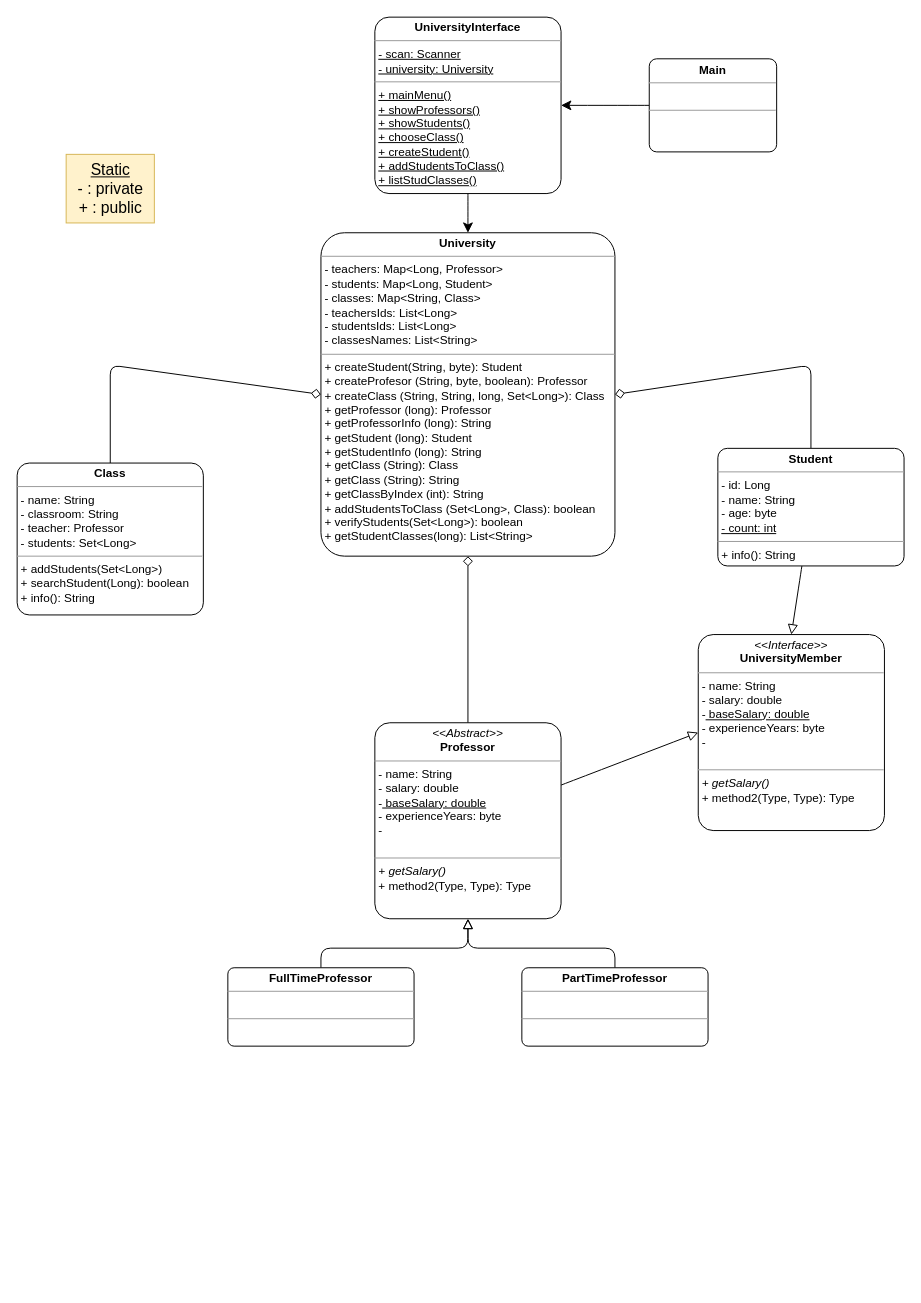
jessiRobGlobant/UniversityProject keeps this draw.io diagram as Diagram/UMLDiagram.drawio. Above is the earlier version. Source tidied: cells renumbered, new cells numbered last; positions are measured from the earlier drawing's top-left corner, leaving out a move shared by most shapes. Both pictures are drawn from the tidied source at 98%, with x=0, y=0 at pixel (17, 17).
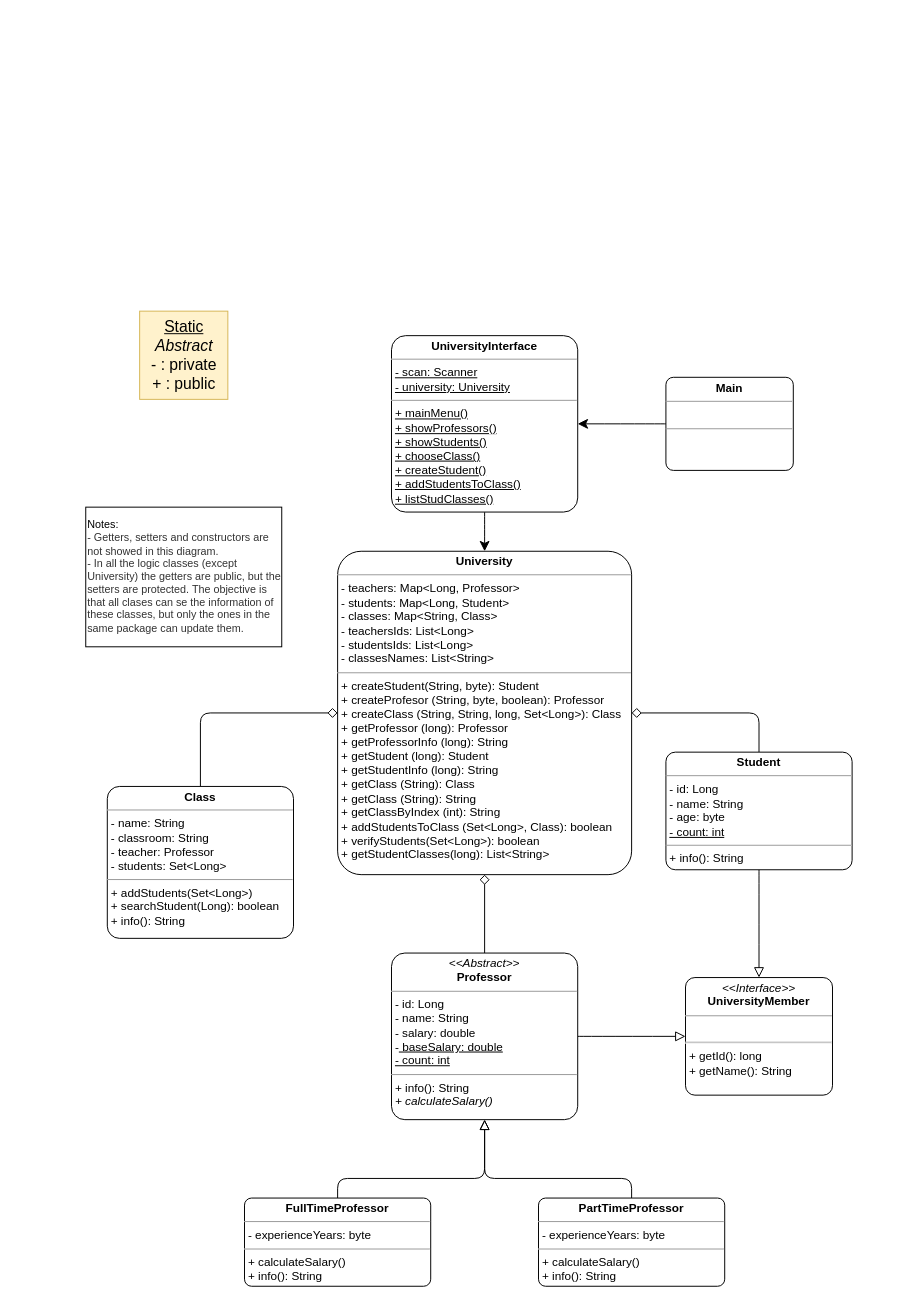
After the change.

Commit message:
Update UMLDiagram with notes

Diff of the diagram source:
```diff
@@
-    <mxCell id="4" value="&lt;p style=&quot;margin:0px;margin-top:4px;text-align:center;&quot;&gt;&lt;i&gt;&amp;lt;&amp;lt;Abstract&amp;gt;&amp;gt;&lt;/i&gt;&lt;br&gt;&lt;b&gt;Professor&lt;/b&gt;&lt;/p&gt;&lt;hr size=&quot;1&quot;&gt;&lt;p style=&quot;margin:0px;margin-left:4px;&quot;&gt;- name: String&lt;br&gt;- salary: double&lt;/p&gt;&lt;p style=&quot;margin:0px;margin-left:4px;&quot;&gt;-&lt;u&gt; baseSalary: double&lt;/u&gt;&lt;/p&gt;&lt;p style=&quot;margin:0px;margin-left:4px;&quot;&gt;- experienceYears: byte&lt;/p&gt;&lt;p style=&quot;margin:0px;margin-left:4px;&quot;&gt;-&amp;nbsp;&lt;/p&gt;&lt;p style=&quot;margin:0px;margin-left:4px;&quot;&gt;&lt;u&gt;&lt;br&gt;&lt;/u&gt;&lt;/p&gt;&lt;hr size=&quot;1&quot;&gt;&lt;p style=&quot;margin:0px;margin-left:4px;&quot;&gt;&lt;i&gt;+ getSalary()&lt;/i&gt;&lt;br&gt;+ method2(Type, Type): Type&lt;/p&gt;" style="verticalAlign=top;align=left;overflow=fill;fontSize=12;fontFamily=Helvetica;html=1;rounded=1;shadow=0;comic=0;labelBackgroundColor=none;strokeWidth=1;arcSize=8;" parent="1" vertex="1">
-      <mxGeometry x="365" y="720" width="190" height="200" as="geometry" />
+    <mxCell id="4" value="&lt;p style=&quot;margin:0px;margin-top:4px;text-align:center;&quot;&gt;&lt;i&gt;&amp;lt;&amp;lt;Abstract&amp;gt;&amp;gt;&lt;/i&gt;&lt;br&gt;&lt;b&gt;Professor&lt;/b&gt;&lt;/p&gt;&lt;hr size=&quot;1&quot;&gt;&lt;p style=&quot;margin:0px;margin-left:4px;&quot;&gt;- id: Long&lt;br&gt;&lt;/p&gt;&lt;p style=&quot;margin:0px;margin-left:4px;&quot;&gt;- name: String&lt;br&gt;- salary: double&lt;/p&gt;&lt;p style=&quot;margin:0px;margin-left:4px;&quot;&gt;-&lt;u&gt; baseSalary: double&lt;/u&gt;&lt;/p&gt;&lt;p style=&quot;margin:0px;margin-left:4px;&quot;&gt;&lt;u&gt;- count: int&lt;/u&gt;&lt;/p&gt;&lt;hr size=&quot;1&quot;&gt;&lt;p style=&quot;margin:0px;margin-left:4px;&quot;&gt;+ info(): String&lt;/p&gt;&lt;p style=&quot;margin:0px;margin-left:4px;&quot;&gt;&lt;i&gt;+ calculateSalary()&lt;/i&gt;&lt;/p&gt;" style="verticalAlign=top;align=left;overflow=fill;fontSize=12;fontFamily=Helvetica;html=1;rounded=1;shadow=0;comic=0;labelBackgroundColor=none;strokeWidth=1;arcSize=8;" parent="1" vertex="1">
+      <mxGeometry x="382" y="955" width="190" height="170" as="geometry" />
     </mxCell>
     <mxCell id="5" style="edgeStyle=none;curved=0;rounded=1;jettySize=auto;html=1;entryX=0.5;entryY=1;entryDx=0;entryDy=0;fontSize=12;startSize=8;endSize=8;exitX=0.5;exitY=0;exitDx=0;exitDy=0;endArrow=block;endFill=0;startArrow=none;startFill=0;" parent="1" edge="1" source="6" target="4">
       <mxGeometry relative="1" as="geometry">
         <Array as="points">
-          <mxPoint x="310" y="950" />
-          <mxPoint x="460" y="950" />
+          <mxPoint x="327" y="1185" />
+          <mxPoint x="477" y="1185" />
         </Array>
       </mxGeometry>
     </mxCell>
-    <mxCell id="6" value="&lt;p style=&quot;margin:0px;margin-top:4px;text-align:center;&quot;&gt;&lt;b&gt;FullTimeProfessor&lt;/b&gt;&lt;/p&gt;&lt;hr size=&quot;1&quot;&gt;&lt;p style=&quot;margin:0px;margin-left:4px;&quot;&gt;&lt;br&gt;&lt;/p&gt;&lt;hr size=&quot;1&quot;&gt;&lt;p style=&quot;margin:0px;margin-left:4px;&quot;&gt;&lt;br&gt;&lt;/p&gt;" style="verticalAlign=top;align=left;overflow=fill;fontSize=12;fontFamily=Helvetica;html=1;rounded=1;shadow=0;comic=0;labelBackgroundColor=none;strokeWidth=1;arcSize=8;" parent="1" vertex="1">
-      <mxGeometry x="215" y="970" width="190" height="80" as="geometry" />
+    <mxCell id="6" value="&lt;p style=&quot;margin:0px;margin-top:4px;text-align:center;&quot;&gt;&lt;b&gt;FullTimeProfessor&lt;/b&gt;&lt;/p&gt;&lt;hr size=&quot;1&quot;&gt;&lt;p style=&quot;margin:0px;margin-left:4px;&quot;&gt;- experienceYears: byte&lt;br&gt;&lt;/p&gt;&lt;hr size=&quot;1&quot;&gt;&lt;p style=&quot;margin:0px;margin-left:4px;&quot;&gt;+ calculateSalary()&lt;/p&gt;&lt;p style=&quot;margin:0px;margin-left:4px;&quot;&gt;+ info(): String&lt;/p&gt;" style="verticalAlign=top;align=left;overflow=fill;fontSize=12;fontFamily=Helvetica;html=1;rounded=1;shadow=0;comic=0;labelBackgroundColor=none;strokeWidth=1;arcSize=8;" parent="1" vertex="1">
+      <mxGeometry x="232" y="1205" width="190" height="90" as="geometry" />
     </mxCell>
     <mxCell id="7" style="edgeStyle=none;curved=0;rounded=1;jettySize=auto;html=1;entryX=0.5;entryY=1;entryDx=0;entryDy=0;fontSize=12;startSize=8;endSize=8;exitX=0.5;exitY=0;exitDx=0;exitDy=0;startArrow=none;startFill=0;endArrow=block;endFill=0;" parent="1" edge="1" source="8" target="4">
       <mxGeometry relative="1" as="geometry">
         <Array as="points">
-          <mxPoint x="610" y="950" />
-          <mxPoint x="460" y="950" />
+          <mxPoint x="627" y="1185" />
+          <mxPoint x="477" y="1185" />
         </Array>
       </mxGeometry>
     </mxCell>
-    <mxCell id="8" value="&lt;p style=&quot;margin:0px;margin-top:4px;text-align:center;&quot;&gt;&lt;b&gt;PartTimeProfessor&lt;/b&gt;&lt;/p&gt;&lt;hr size=&quot;1&quot;&gt;&lt;p style=&quot;margin:0px;margin-left:4px;&quot;&gt;&lt;br&gt;&lt;/p&gt;&lt;hr size=&quot;1&quot;&gt;&lt;p style=&quot;margin:0px;margin-left:4px;&quot;&gt;&lt;br&gt;&lt;/p&gt;" style="verticalAlign=top;align=left;overflow=fill;fontSize=12;fontFamily=Helvetica;html=1;rounded=1;shadow=0;comic=0;labelBackgroundColor=none;strokeWidth=1;arcSize=8;" parent="1" vertex="1">
-      <mxGeometry x="515" y="970" width="190" height="80" as="geometry" />
+    <mxCell id="8" value="&lt;p style=&quot;margin:0px;margin-top:4px;text-align:center;&quot;&gt;&lt;b&gt;PartTimeProfessor&lt;/b&gt;&lt;/p&gt;&lt;hr size=&quot;1&quot;&gt;&lt;p style=&quot;margin:0px;margin-left:4px;&quot;&gt;- experienceYears: byte&lt;br&gt;&lt;/p&gt;&lt;hr size=&quot;1&quot;&gt;&lt;p style=&quot;border-color: var(--border-color); margin: 0px 0px 0px 4px;&quot;&gt;+ calculateSalary()&lt;/p&gt;&lt;p style=&quot;border-color: var(--border-color); margin: 0px 0px 0px 4px;&quot;&gt;+ info(): String&lt;/p&gt;" style="verticalAlign=top;align=left;overflow=fill;fontSize=12;fontFamily=Helvetica;html=1;rounded=1;shadow=0;comic=0;labelBackgroundColor=none;strokeWidth=1;arcSize=8;" parent="1" vertex="1">
+      <mxGeometry x="532" y="1205" width="190" height="90" as="geometry" />
     </mxCell>
     <mxCell id="9" value="&lt;p style=&quot;margin:0px;margin-top:4px;text-align:center;&quot;&gt;&lt;b&gt;University&lt;/b&gt;&lt;/p&gt;&lt;hr size=&quot;1&quot;&gt;&lt;p style=&quot;margin:0px;margin-left:4px;&quot;&gt;- teachers:&amp;nbsp;Map&amp;lt;Long, Professor&amp;gt;&lt;br&gt;- students:&amp;nbsp;Map&amp;lt;Long, Student&amp;gt;&lt;/p&gt;&lt;p style=&quot;margin:0px;margin-left:4px;&quot;&gt;- classes: Map&amp;lt;String, Class&amp;gt;&lt;/p&gt;&lt;p style=&quot;margin:0px;margin-left:4px;&quot;&gt;- teachersIds: List&amp;lt;Long&amp;gt;&lt;/p&gt;&lt;p style=&quot;border-color: var(--border-color); margin: 0px 0px 0px 4px;&quot;&gt;- studentsIds: List&amp;lt;Long&amp;gt;&lt;/p&gt;&lt;p style=&quot;border-color: var(--border-color); margin: 0px 0px 0px 4px;&quot;&gt;- classesNames: List&amp;lt;String&amp;gt;&lt;/p&gt;&lt;hr size=&quot;1&quot;&gt;&lt;p style=&quot;margin:0px;margin-left:4px;&quot;&gt;+&amp;nbsp;createStudent(String, byte): Student&lt;/p&gt;&lt;p style=&quot;margin:0px;margin-left:4px;&quot;&gt;+&amp;nbsp;createProfesor (String, byte, boolean): Professor&lt;/p&gt;&lt;p style=&quot;margin:0px;margin-left:4px;&quot;&gt;+&amp;nbsp;createClass (String, String, long, Set&amp;lt;Long&amp;gt;): Class&lt;/p&gt;&lt;p style=&quot;margin:0px;margin-left:4px;&quot;&gt;+&amp;nbsp;getProfessor (long): Professor&lt;/p&gt;&lt;p style=&quot;margin:0px;margin-left:4px;&quot;&gt;+ getProfessorInfo (long): String&lt;br&gt;&lt;/p&gt;&lt;p style=&quot;margin:0px;margin-left:4px;&quot;&gt;+ getStudent (long): Student&lt;br&gt;&lt;/p&gt;&lt;p style=&quot;margin:0px;margin-left:4px;&quot;&gt;+ getStudentInfo (long): String&lt;br&gt;&lt;/p&gt;&lt;p style=&quot;margin:0px;margin-left:4px;&quot;&gt;+ getClass (String): Class&lt;br&gt;&lt;/p&gt;&lt;p style=&quot;margin:0px;margin-left:4px;&quot;&gt;+ getClass (String): String&lt;br&gt;&lt;/p&gt;&lt;p style=&quot;margin:0px;margin-left:4px;&quot;&gt;+&amp;nbsp;getClassByIndex (int): String&lt;/p&gt;&lt;p style=&quot;margin:0px;margin-left:4px;&quot;&gt;+&amp;nbsp;addStudentsToClass (Set&amp;lt;Long&amp;gt;, Class): boolean&lt;/p&gt;&lt;p style=&quot;margin:0px;margin-left:4px;&quot;&gt;+&amp;nbsp;verifyStudents(Set&amp;lt;Long&amp;gt;): boolean&amp;nbsp;&lt;/p&gt;&lt;p style=&quot;margin:0px;margin-left:4px;&quot;&gt;+&amp;nbsp;getStudentClasses(long): List&amp;lt;String&amp;gt;&lt;/p&gt;" style="verticalAlign=top;align=left;overflow=fill;fontSize=12;fontFamily=Helvetica;html=1;rounded=1;shadow=0;comic=0;labelBackgroundColor=none;strokeWidth=1;arcSize=8;" parent="1" vertex="1">
-      <mxGeometry x="310" y="220" width="300" height="330" as="geometry" />
+      <mxGeometry x="327" y="545" width="300" height="330" as="geometry" />
     </mxCell>
     <mxCell id="10" style="edgeStyle=none;curved=0;rounded=1;jettySize=auto;html=1;entryX=1;entryY=0.5;entryDx=0;entryDy=0;fontSize=12;startSize=8;endSize=8;endArrow=diamond;endFill=0;" parent="1" edge="1" source="12" target="9">
       <mxGeometry relative="1" as="geometry">
         <Array as="points">
-          <mxPoint x="810" y="355" />
+          <mxPoint x="757" y="710" />
         </Array>
       </mxGeometry>
     </mxCell>
@@
     <mxCell id="12" value="&lt;p style=&quot;margin:0px;margin-top:4px;text-align:center;&quot;&gt;&lt;b&gt;Student&lt;/b&gt;&lt;/p&gt;&lt;hr size=&quot;1&quot;&gt;&lt;p style=&quot;margin:0px;margin-left:4px;&quot;&gt;- id: Long&lt;br&gt;&lt;/p&gt;&lt;p style=&quot;margin:0px;margin-left:4px;&quot;&gt;- name: String&lt;br&gt;&lt;/p&gt;&lt;p style=&quot;margin:0px;margin-left:4px;&quot;&gt;- age: byte&lt;/p&gt;&lt;p style=&quot;margin:0px;margin-left:4px;&quot;&gt;&lt;u&gt;- count: int&lt;/u&gt;&lt;/p&gt;&lt;hr size=&quot;1&quot;&gt;&lt;p style=&quot;margin:0px;margin-left:4px;&quot;&gt;+ info(): String&lt;/p&gt;" style="verticalAlign=top;align=left;overflow=fill;fontSize=12;fontFamily=Helvetica;html=1;rounded=1;shadow=0;comic=0;labelBackgroundColor=none;strokeWidth=1;arcSize=8;" parent="1" vertex="1">
-      <mxGeometry x="715" y="440" width="190" height="120" as="geometry" />
+      <mxGeometry x="662" y="750" width="190" height="120" as="geometry" />
     </mxCell>
     <mxCell id="13" style="edgeStyle=none;curved=0;rounded=1;jettySize=auto;html=1;exitX=0.5;exitY=0;exitDx=0;exitDy=0;entryX=0;entryY=0.5;entryDx=0;entryDy=0;fontSize=12;startSize=8;endSize=8;endArrow=diamond;endFill=0;" parent="1" edge="1" source="14" target="9">
       <mxGeometry relative="1" as="geometry">
         <Array as="points">
-          <mxPoint x="95" y="355" />
+          <mxPoint x="187" y="710" />
         </Array>
       </mxGeometry>
     </mxCell>
     <mxCell id="14" value="&lt;p style=&quot;margin:0px;margin-top:4px;text-align:center;&quot;&gt;&lt;b&gt;Class&lt;/b&gt;&lt;/p&gt;&lt;hr size=&quot;1&quot;&gt;&lt;p style=&quot;margin:0px;margin-left:4px;&quot;&gt;- name: String&lt;br&gt;- classroom: String&lt;/p&gt;&lt;p style=&quot;margin:0px;margin-left:4px;&quot;&gt;- teacher: Professor&lt;/p&gt;&lt;p style=&quot;margin:0px;margin-left:4px;&quot;&gt;- students: Set&amp;lt;Long&amp;gt;&lt;/p&gt;&lt;hr size=&quot;1&quot;&gt;&lt;p style=&quot;margin:0px;margin-left:4px;&quot;&gt;+ addStudents(Set&amp;lt;Long&amp;gt;)&lt;/p&gt;&lt;p style=&quot;margin:0px;margin-left:4px;&quot;&gt;+&amp;nbsp;searchStudent(Long): boolean&lt;/p&gt;&lt;p style=&quot;margin:0px;margin-left:4px;&quot;&gt;+ info(): String&lt;/p&gt;" style="verticalAlign=top;align=left;overflow=fill;fontSize=12;fontFamily=Helvetica;html=1;rounded=1;shadow=0;comic=0;labelBackgroundColor=none;strokeWidth=1;arcSize=8;" parent="1" vertex="1">
-      <mxGeometry y="455" width="190" height="155" as="geometry" />
+      <mxGeometry x="92" y="785" width="190" height="155" as="geometry" />
     </mxCell>
@@
     <mxCell id="16" value="&lt;p style=&quot;margin:0px;margin-top:4px;text-align:center;&quot;&gt;&lt;b&gt;UniversityInterface&lt;/b&gt;&lt;/p&gt;&lt;hr size=&quot;1&quot;&gt;&lt;p style=&quot;margin:0px;margin-left:4px;&quot;&gt;&lt;u&gt;- scan: Scanner&lt;br&gt;- university: University&lt;/u&gt;&lt;br&gt;&lt;/p&gt;&lt;hr size=&quot;1&quot;&gt;&lt;p style=&quot;margin:0px;margin-left:4px;&quot;&gt;&lt;u&gt;+ mainMenu()&lt;/u&gt;&lt;/p&gt;&lt;p style=&quot;margin:0px;margin-left:4px;&quot;&gt;&lt;u&gt;+ showProfessors()&lt;/u&gt;&lt;/p&gt;&lt;p style=&quot;margin:0px;margin-left:4px;&quot;&gt;&lt;u&gt;+ showStudents()&lt;/u&gt;&lt;/p&gt;&lt;p style=&quot;margin:0px;margin-left:4px;&quot;&gt;&lt;u&gt;+ chooseClass()&lt;/u&gt;&lt;/p&gt;&lt;p style=&quot;margin:0px;margin-left:4px;&quot;&gt;&lt;u&gt;+ createStudent()&lt;/u&gt;&lt;/p&gt;&lt;p style=&quot;margin:0px;margin-left:4px;&quot;&gt;&lt;u&gt;+&amp;nbsp;addStudentsToClass()&lt;/u&gt;&lt;/p&gt;&lt;p style=&quot;margin:0px;margin-left:4px;&quot;&gt;&lt;u&gt;+&amp;nbsp;listStudClasses()&lt;/u&gt;&lt;/p&gt;" style="verticalAlign=top;align=left;overflow=fill;fontSize=12;fontFamily=Helvetica;html=1;rounded=1;shadow=0;comic=0;labelBackgroundColor=none;strokeWidth=1;arcSize=8;" parent="1" vertex="1">
-      <mxGeometry x="365" width="190" height="180" as="geometry" />
+      <mxGeometry x="382" y="325" width="190" height="180" as="geometry" />
     </mxCell>
@@
     <mxCell id="18" value="&lt;p style=&quot;margin:0px;margin-top:4px;text-align:center;&quot;&gt;&lt;b&gt;Main&lt;/b&gt;&lt;/p&gt;&lt;hr size=&quot;1&quot;&gt;&lt;p style=&quot;margin:0px;margin-left:4px;&quot;&gt;&lt;br&gt;&lt;/p&gt;&lt;hr size=&quot;1&quot;&gt;&lt;p style=&quot;margin:0px;margin-left:4px;&quot;&gt;&lt;br&gt;&lt;/p&gt;" style="verticalAlign=top;align=left;overflow=fill;fontSize=12;fontFamily=Helvetica;html=1;rounded=1;shadow=0;comic=0;labelBackgroundColor=none;strokeWidth=1;arcSize=8;" parent="1" vertex="1">
-      <mxGeometry x="645" y="42.5" width="130" height="95" as="geometry" />
+      <mxGeometry x="662" y="367.5" width="130" height="95" as="geometry" />
     </mxCell>
-    <mxCell id="19" value="&lt;u&gt;Static&lt;/u&gt;&lt;br&gt;- : private&lt;br&gt;+ : public&lt;br&gt;" style="text;html=1;align=center;verticalAlign=middle;strokeColor=#d6b656;fillColor=#fff2cc;fontSize=16;" parent="1" vertex="1">
-      <mxGeometry x="50" y="140" width="90" height="70" as="geometry" />
+    <mxCell id="19" value="&lt;u&gt;Static&lt;br&gt;&lt;/u&gt;&lt;i&gt;Abstract&lt;/i&gt;&lt;br&gt;- : private&lt;br&gt;+ : public" style="text;html=1;align=center;verticalAlign=middle;strokeColor=#d6b656;fillColor=#fff2cc;fontSize=16;" parent="1" vertex="1">
+      <mxGeometry x="125" y="300" width="90" height="90" as="geometry" />
     </mxCell>
-    <mxCell id="20" value="&lt;p style=&quot;margin:0px;margin-top:4px;text-align:center;&quot;&gt;&lt;i&gt;&amp;lt;&amp;lt;Interface&amp;gt;&amp;gt;&lt;/i&gt;&lt;br&gt;&lt;b&gt;UniversityMember&lt;/b&gt;&lt;/p&gt;&lt;hr size=&quot;1&quot;&gt;&lt;p style=&quot;margin:0px;margin-left:4px;&quot;&gt;- name: String&lt;br&gt;- salary: double&lt;/p&gt;&lt;p style=&quot;margin:0px;margin-left:4px;&quot;&gt;-&lt;u&gt; baseSalary: double&lt;/u&gt;&lt;/p&gt;&lt;p style=&quot;margin:0px;margin-left:4px;&quot;&gt;- experienceYears: byte&lt;/p&gt;&lt;p style=&quot;margin:0px;margin-left:4px;&quot;&gt;-&amp;nbsp;&lt;/p&gt;&lt;p style=&quot;margin:0px;margin-left:4px;&quot;&gt;&lt;u&gt;&lt;br&gt;&lt;/u&gt;&lt;/p&gt;&lt;hr size=&quot;1&quot;&gt;&lt;p style=&quot;margin:0px;margin-left:4px;&quot;&gt;&lt;i&gt;+ getSalary()&lt;/i&gt;&lt;br&gt;+ method2(Type, Type): Type&lt;/p&gt;" style="verticalAlign=top;align=left;overflow=fill;fontSize=12;fontFamily=Helvetica;html=1;rounded=1;shadow=0;comic=0;labelBackgroundColor=none;strokeWidth=1;arcSize=8;" parent="1" vertex="1">
-      <mxGeometry x="695" y="630" width="190" height="200" as="geometry" />
+    <mxCell id="20" value="&lt;p style=&quot;margin:0px;margin-top:4px;text-align:center;&quot;&gt;&lt;i&gt;&amp;lt;&amp;lt;Interface&amp;gt;&amp;gt;&lt;/i&gt;&lt;br&gt;&lt;b&gt;UniversityMember&lt;/b&gt;&lt;/p&gt;&lt;hr size=&quot;1&quot;&gt;&lt;p style=&quot;margin:0px;margin-left:4px;&quot;&gt;&lt;/p&gt;&lt;p style=&quot;margin:0px;margin-left:4px;&quot;&gt;&lt;br&gt;&lt;/p&gt;&lt;hr&gt;&lt;p style=&quot;margin:0px;margin-left:4px;&quot;&gt;+ getId(): long&lt;/p&gt;&lt;p style=&quot;margin:0px;margin-left:4px;&quot;&gt;+ getName(): String&lt;br&gt;&lt;/p&gt;" style="verticalAlign=top;align=left;overflow=fill;fontSize=12;fontFamily=Helvetica;html=1;rounded=1;shadow=0;comic=0;labelBackgroundColor=none;strokeWidth=1;arcSize=8;" parent="1" vertex="1">
+      <mxGeometry x="682" y="980" width="150" height="120" as="geometry" />
     </mxCell>
+    <mxCell id="21" value="Notes:&lt;br style=&quot;border-color: var(--border-color); color: rgb(51, 51, 51); font-size: 11px;&quot;&gt;&lt;span style=&quot;color: rgb(51, 51, 51); font-size: 11px;&quot;&gt;- Getters, setters and constructors are not showed in this diagram.&lt;/span&gt;&lt;br style=&quot;border-color: var(--border-color); color: rgb(51, 51, 51); font-size: 11px;&quot;&gt;&lt;span style=&quot;color: rgb(51, 51, 51); font-size: 11px;&quot;&gt;- In all the logic classes (except University) the getters are public, but the setters are protected. The objective is that all clases can se the information of these classes, but only the ones in the same package can update them.&lt;/span&gt;" style="rounded=1;whiteSpace=wrap;html=1;fontSize=11;arcSize=0;align=left;" parent="1" vertex="1">
+      <mxGeometry x="70" y="500" width="200" height="142.5" as="geometry" />
+    </mxCell>
```
